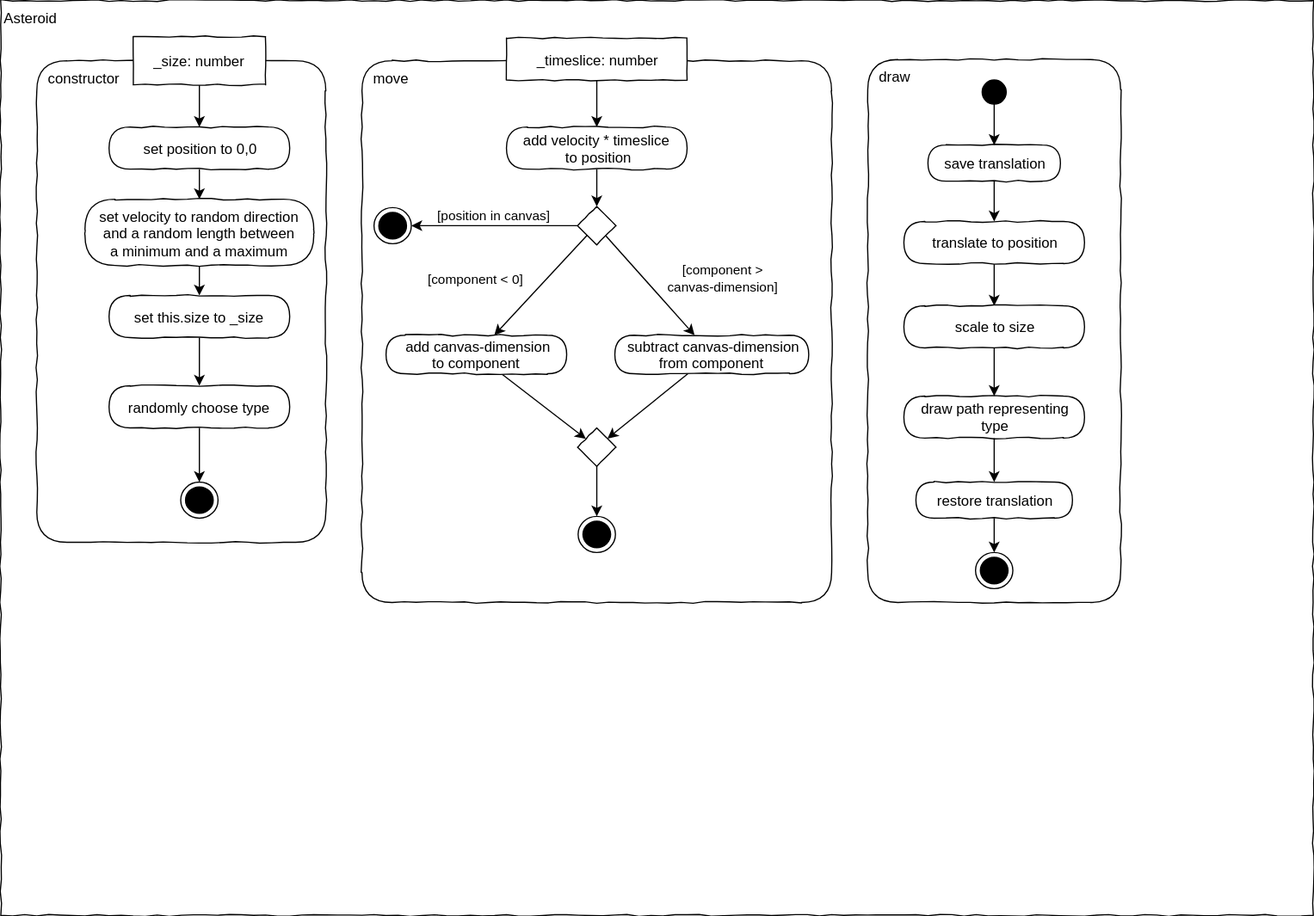
Before: L10_Inheritance/Material/draw.io/Asteroids_ActivityDiagram-Asteroid.svg, a diagram exported from draw.io (JirkaDellOro/EIA2-Inverted). Source tidied: cells renumbered, new cells last; positions are measured from the earlier drawing's top-left corner, leaving out a move shared by most shapes.
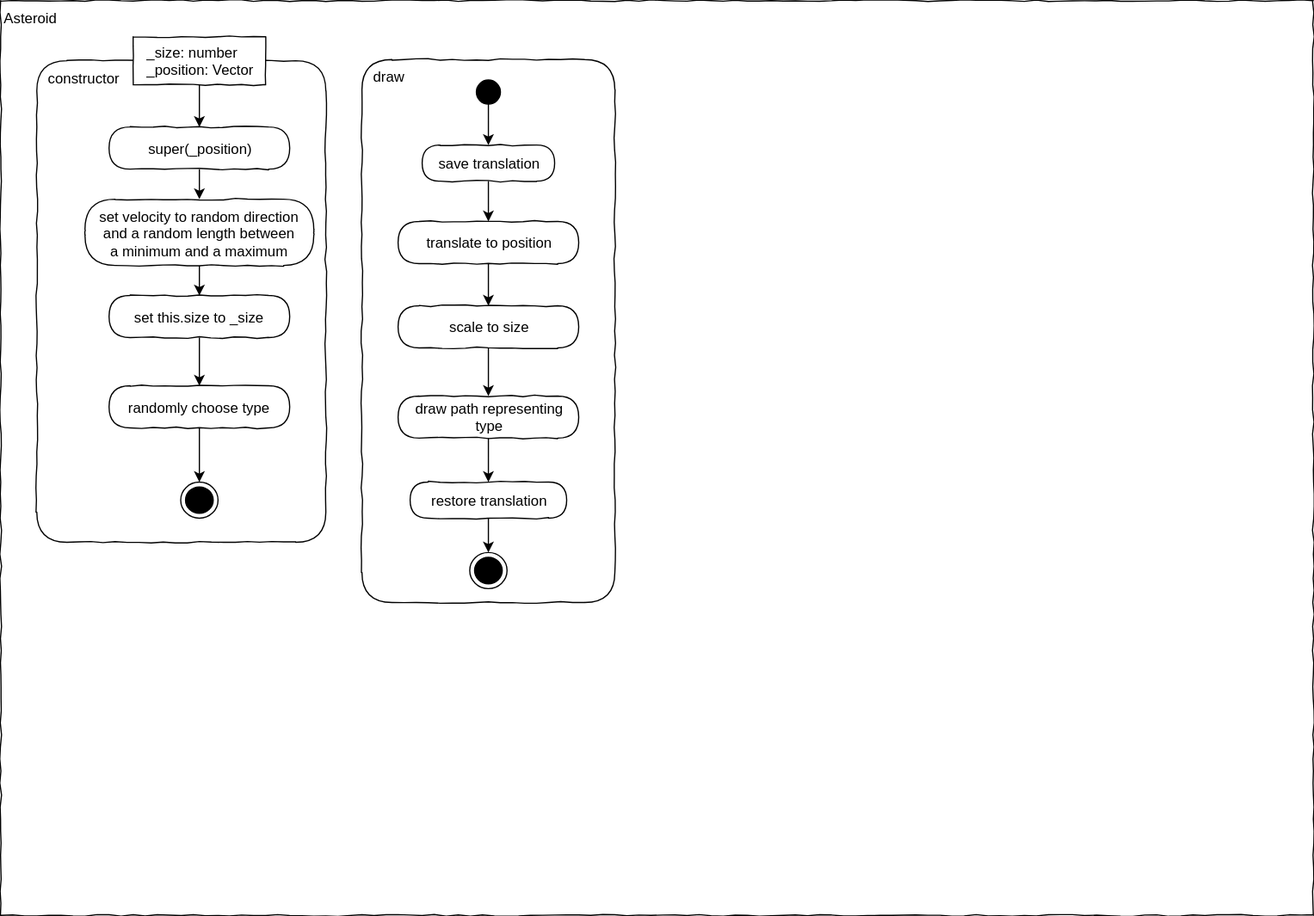
Later version of the same file.

The edit, as a diff of the source:
```diff
@@ -21,7 +21,7 @@
     <mxCell id="6" style="edgeStyle=orthogonalEdgeStyle;rounded=0;jettySize=auto;html=1;" parent="1" edge="1" source="7" target="9">
       <mxGeometry relative="1" as="geometry" />
     </mxCell>
-    <mxCell id="7" value="set position to 0,0" style="rounded=1;whiteSpace=wrap;html=1;absoluteArcSize=1;arcSize=50;strokeWidth=1;shadow=0;comic=1;" parent="1" vertex="1">
+    <mxCell id="7" value="super(_position)" style="rounded=1;whiteSpace=wrap;html=1;absoluteArcSize=1;arcSize=50;strokeWidth=1;shadow=0;comic=1;" parent="1" vertex="1">
       <mxGeometry x="90" y="105" width="150" height="35" as="geometry" />
     </mxCell>
     <mxCell id="8" style="edgeStyle=orthogonalEdgeStyle;rounded=0;jettySize=auto;html=1;" parent="1" edge="1" source="9" target="10">
@@ -36,7 +36,7 @@
     <mxCell id="11" style="edgeStyle=orthogonalEdgeStyle;rounded=0;jettySize=auto;html=1;" parent="1" edge="1" source="12" target="7">
       <mxGeometry relative="1" as="geometry" />
     </mxCell>
-    <mxCell id="12" value="&lt;div style=&quot;text-align: left&quot;&gt;_size: number&lt;/div&gt;" style="rounded=0;whiteSpace=wrap;html=1;comic=1;" parent="1" vertex="1">
+    <mxCell id="12" value="&lt;div style=&quot;text-align: left&quot;&gt;&lt;div&gt;_size: number&lt;/div&gt;&lt;div&gt;_position: Vector&lt;/div&gt;&lt;/div&gt;" style="rounded=0;whiteSpace=wrap;html=1;comic=1;" parent="1" vertex="1">
       <mxGeometry x="110" y="30" width="110" height="40" as="geometry" />
     </mxCell>
     <mxCell id="13" style="ellipse;html=1;shape=endState;fillColor=#000000;strokeColor=#000000;comic=1;" parent="1" vertex="1">
@@ -51,20 +51,8 @@
     <mxCell id="16" style="edgeStyle=orthogonalEdgeStyle;rounded=0;jettySize=auto;html=1;" parent="1" edge="1" source="10" target="15">
       <mxGeometry relative="1" as="geometry" />
     </mxCell>
-    <mxCell id="17" value="&lt;div style=&quot;text-align: left&quot;&gt;&amp;nbsp; move&lt;/div&gt;" style="rounded=1;whiteSpace=wrap;html=1;shadow=0;glass=0;comic=1;strokeColor=#000000;labelPosition=center;verticalLabelPosition=middle;align=left;verticalAlign=top;absoluteArcSize=1;arcSize=50;" parent="1" vertex="1">
-      <mxGeometry x="300" y="50" width="390" height="450" as="geometry" />
-    </mxCell>
-    <mxCell id="18" style="edgeStyle=orthogonalEdgeStyle;rounded=0;jettySize=auto;html=1;" parent="1" edge="1" source="19" target="20">
-      <mxGeometry relative="1" as="geometry" />
-    </mxCell>
-    <mxCell id="19" value="_timeslice: number" style="rounded=0;whiteSpace=wrap;html=1;comic=1;shadow=0;fontFamily=Helvetica;fontSize=12;fontColor=#000000;align=center;strokeColor=#000000;strokeWidth=1;fillColor=#ffffff;" parent="1" vertex="1">
-      <mxGeometry x="420" y="31" width="150" height="35" as="geometry" />
-    </mxCell>
-    <mxCell id="20" value="add velocity * timeslice&lt;br&gt;&amp;nbsp;to position" style="rounded=1;whiteSpace=wrap;html=1;absoluteArcSize=1;arcSize=50;strokeWidth=1;shadow=0;comic=1;" parent="1" vertex="1">
-      <mxGeometry x="420" y="105" width="150" height="35" as="geometry" />
-    </mxCell>
     <mxCell id="21" value="&lt;div style=&quot;text-align: left&quot;&gt;&amp;nbsp; draw&lt;/div&gt;" style="rounded=1;whiteSpace=wrap;html=1;shadow=0;glass=0;comic=1;strokeColor=#000000;labelPosition=center;verticalLabelPosition=middle;align=left;verticalAlign=top;absoluteArcSize=1;arcSize=50;" parent="1" vertex="1">
-      <mxGeometry x="720" y="49" width="210" height="451" as="geometry" />
+      <mxGeometry x="300" y="49" width="210" height="451" as="geometry" />
     </mxCell>
     <mxCell id="22" style="edgeStyle=orthogonalEdgeStyle;rounded=0;jettySize=auto;html=1;" parent="1" edge="1" source="31" target="24">
       <mxGeometry relative="1" as="geometry" />
@@ -73,81 +61,37 @@
       <mxGeometry relative="1" as="geometry" />
     </mxCell>
     <mxCell id="24" value="translate to position" style="rounded=1;whiteSpace=wrap;html=1;absoluteArcSize=1;arcSize=50;strokeWidth=1;shadow=0;comic=1;" parent="1" vertex="1">
-      <mxGeometry x="750" y="183.5" width="150" height="35" as="geometry" />
+      <mxGeometry x="330" y="183.5" width="150" height="35" as="geometry" />
     </mxCell>
     <mxCell id="25" value="scale to size" style="rounded=1;whiteSpace=wrap;html=1;absoluteArcSize=1;arcSize=50;strokeWidth=1;shadow=0;comic=1;" parent="1" vertex="1">
-      <mxGeometry x="750" y="253.5" width="150" height="35" as="geometry" />
+      <mxGeometry x="330" y="253.5" width="150" height="35" as="geometry" />
     </mxCell>
     <mxCell id="26" style="ellipse;html=1;shape=endState;fillColor=#000000;strokeColor=#000000;comic=1;" parent="1" vertex="1">
-      <mxGeometry x="809.5" y="458.5" width="31" height="30" as="geometry" />
+      <mxGeometry x="389.5" y="458.5" width="31" height="30" as="geometry" />
     </mxCell>
     <mxCell id="27" style="edgeStyle=orthogonalEdgeStyle;rounded=0;jettySize=auto;html=1;" parent="1" edge="1" source="33" target="26">
       <mxGeometry relative="1" as="geometry" />
     </mxCell>
     <mxCell id="28" value="draw path representing&lt;br&gt;type" style="rounded=1;whiteSpace=wrap;html=1;absoluteArcSize=1;arcSize=50;strokeWidth=1;shadow=0;comic=1;" parent="1" vertex="1">
-      <mxGeometry x="750" y="328.5" width="150" height="35" as="geometry" />
+      <mxGeometry x="330" y="328.5" width="150" height="35" as="geometry" />
     </mxCell>
     <mxCell id="29" style="edgeStyle=orthogonalEdgeStyle;rounded=0;jettySize=auto;html=1;" parent="1" edge="1" source="25" target="28">
       <mxGeometry relative="1" as="geometry" />
     </mxCell>
     <mxCell id="30" style="ellipse;whiteSpace=wrap;html=1;rounded=0;shadow=0;comic=0;labelBackgroundColor=none;strokeColor=#000000;strokeWidth=1;fillColor=#000000;fontFamily=Verdana;fontSize=12;fontColor=#000000;align=center;comic=1;" parent="1" vertex="1">
-      <mxGeometry x="815" y="66" width="20" height="20" as="geometry" />
+      <mxGeometry x="395" y="66" width="20" height="20" as="geometry" />
     </mxCell>
     <mxCell id="31" value="save translation" style="rounded=1;whiteSpace=wrap;html=1;absoluteArcSize=1;arcSize=50;strokeWidth=1;shadow=0;comic=1;" parent="1" vertex="1">
-      <mxGeometry x="770" y="120" width="110" height="30" as="geometry" />
+      <mxGeometry x="350" y="120" width="110" height="30" as="geometry" />
     </mxCell>
     <mxCell id="32" style="edgeStyle=orthogonalEdgeStyle;rounded=0;jettySize=auto;html=1;" parent="1" edge="1" source="30" target="31">
       <mxGeometry relative="1" as="geometry" />
     </mxCell>
     <mxCell id="33" value="restore translation" style="rounded=1;whiteSpace=wrap;html=1;absoluteArcSize=1;arcSize=50;strokeWidth=1;shadow=0;comic=1;" parent="1" vertex="1">
-      <mxGeometry x="760" y="400" width="130" height="30" as="geometry" />
+      <mxGeometry x="340" y="400" width="130" height="30" as="geometry" />
     </mxCell>
     <mxCell id="34" style="edgeStyle=orthogonalEdgeStyle;rounded=0;jettySize=auto;html=1;" parent="1" edge="1" source="28" target="33">
       <mxGeometry relative="1" as="geometry" />
     </mxCell>
-    <mxCell id="35" style="rounded=0;jettySize=auto;html=1;" parent="1" edge="1" source="42" target="48">
-      <mxGeometry relative="1" as="geometry" />
-    </mxCell>
-    <mxCell id="36" style="edgeStyle=none;rounded=0;jettySize=auto;html=1;" parent="1" edge="1" source="38" target="43">
-      <mxGeometry relative="1" as="geometry" />
-    </mxCell>
-    <mxCell id="37" value="&lt;font style=&quot;font-size: 11px&quot;&gt;[component &amp;gt;&lt;br&gt;canvas-dimension]&lt;/font&gt;" style="text;html=1;align=center;verticalAlign=middle;labelBackgroundColor=#ffffff;rotation=0;" parent="36" vertex="1">
-      <mxGeometry x="-0.29" y="-1" relative="1" as="geometry">
-        <mxPoint x="72" y="4.5" as="offset" />
-      </mxGeometry>
-    </mxCell>
-    <mxCell id="38" style="rhombus;whiteSpace=wrap;html=1;rounded=0;shadow=0;glass=0;comic=1;strokeColor=#000000;align=left;" parent="1" vertex="1">
-      <mxGeometry x="479" y="171" width="32" height="32" as="geometry" />
-    </mxCell>
-    <mxCell id="39" style="edgeStyle=orthogonalEdgeStyle;rounded=0;jettySize=auto;html=1;" parent="1" edge="1" source="20" target="38">
-      <mxGeometry relative="1" as="geometry" />
-    </mxCell>
-    <mxCell id="40" style="ellipse;html=1;shape=endState;fillColor=#000000;strokeColor=#000000;comic=1;" parent="1" vertex="1">
-      <mxGeometry x="310" y="172" width="31" height="30" as="geometry" />
-    </mxCell>
-    <mxCell id="41" value="[position in canvas]" style="edgeStyle=orthogonalEdgeStyle;rounded=0;jettySize=auto;html=1;verticalAlign=bottom;" parent="1" edge="1" source="38" target="40">
-      <mxGeometry relative="1" as="geometry" />
-    </mxCell>
-    <mxCell id="42" value="&amp;nbsp;add canvas-dimension &lt;br&gt;to component" style="rounded=1;whiteSpace=wrap;html=1;absoluteArcSize=1;arcSize=50;strokeWidth=1;shadow=0;comic=1;fontFamily=Helvetica;fontSize=12;fontColor=#000000;align=center;strokeColor=#000000;fillColor=#ffffff;" parent="1" vertex="1">
-      <mxGeometry x="320" y="278" width="150" height="32" as="geometry" />
-    </mxCell>
-    <mxCell id="43" value="&amp;nbsp;subtract canvas-dimension &lt;br&gt;from component" style="rounded=1;whiteSpace=wrap;html=1;absoluteArcSize=1;arcSize=50;strokeWidth=1;shadow=0;comic=1;fontFamily=Helvetica;fontSize=12;fontColor=#000000;align=center;strokeColor=#000000;fillColor=#ffffff;" parent="1" vertex="1">
-      <mxGeometry x="510" y="278" width="161" height="32" as="geometry" />
-    </mxCell>
-    <mxCell id="44" style="ellipse;html=1;shape=endState;fillColor=#000000;strokeColor=#000000;comic=1;" parent="1" vertex="1">
-      <mxGeometry x="479.5" y="428.5" width="31" height="30" as="geometry" />
-    </mxCell>
-    <mxCell id="45" style="edgeStyle=orthogonalEdgeStyle;rounded=0;jettySize=auto;html=1;" parent="1" edge="1" source="48" target="44">
-      <mxGeometry relative="1" as="geometry" />
-    </mxCell>
-    <mxCell id="46" style="rounded=0;jettySize=auto;html=1;" parent="1" edge="1" source="43" target="48">
-      <mxGeometry relative="1" as="geometry" />
-    </mxCell>
-    <mxCell id="47" value="[component &amp;lt; 0]" style="edgeStyle=none;rounded=0;jettySize=auto;html=1;exitX=0;exitY=1;exitDx=0;exitDy=0;verticalAlign=bottom;" parent="1" edge="1" source="38" target="42">
-      <mxGeometry x="0.69" y="-37" relative="1" as="geometry" />
-    </mxCell>
-    <mxCell id="48" style="rhombus;whiteSpace=wrap;html=1;rounded=0;shadow=0;glass=0;comic=1;strokeColor=#000000;align=left;" parent="1" vertex="1">
-      <mxGeometry x="479" y="355" width="32" height="32" as="geometry" />
-    </mxCell>
   </root>
 </mxGraphModel>
```
